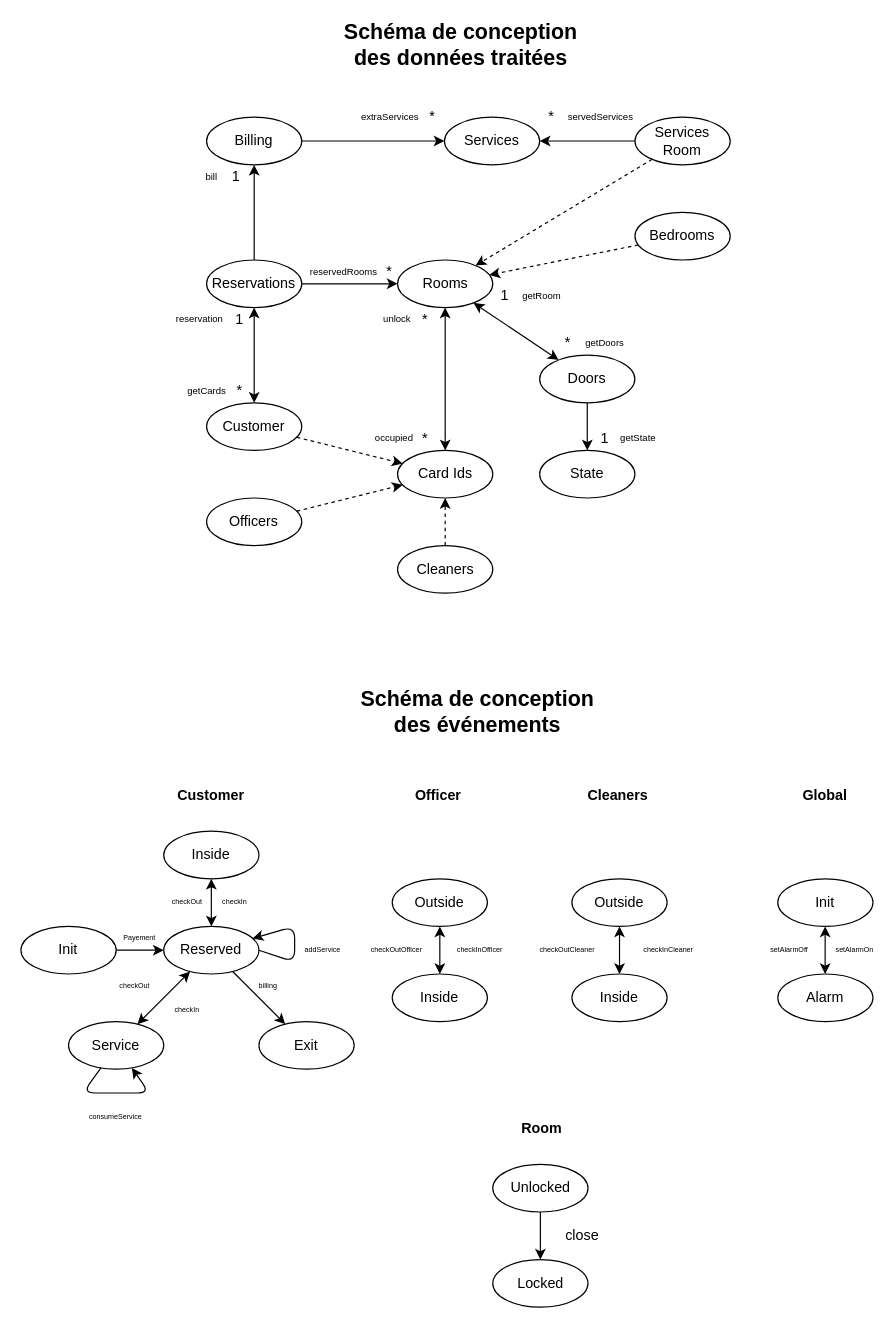
Earlier version of the draw.io diagram doc/specification.drawio (Reynault/MOSOS-Subject-3). Source tidied: cells renumbered, new cells numbered last; positions are measured from the earlier drawing's top-left corner, leaving out a move shared by most shapes. Both pictures are drawn from the tidied source at 119%, with x=0, y=0 at pixel (20, 33).
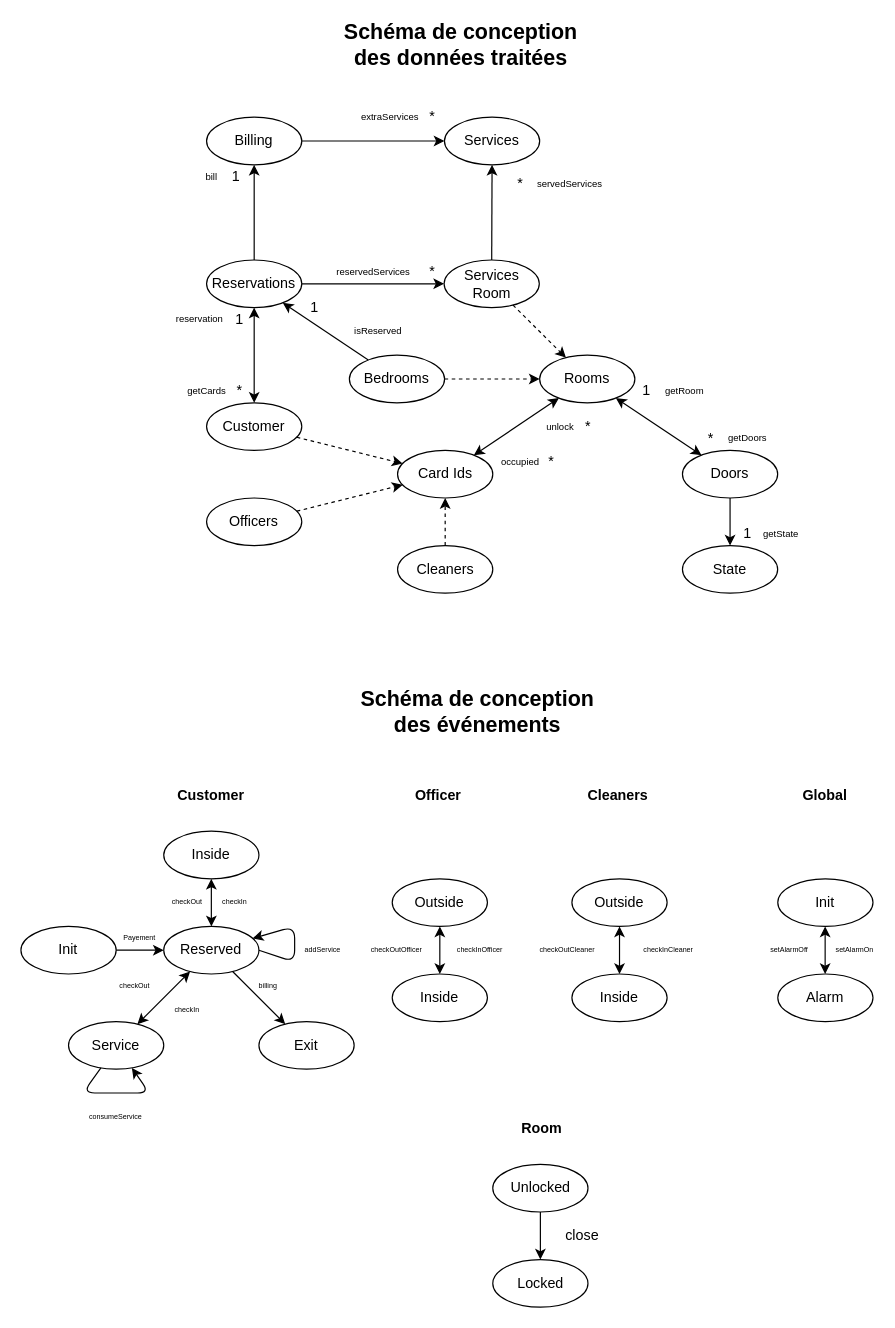
Above is the later version.

Unchanged cells that the change refers to:
```xml
<mxCell id="54" value="Reservations" style="ellipse;whiteSpace=wrap;html=1;" parent="1" vertex="1">
  <mxGeometry x="156.1" y="190" width="80" height="40" as="geometry" />
</mxCell>
```

Change to the diagram source:
```diff
@@
     <mxCell id="42" value="&lt;span style=&quot;text-align: left&quot;&gt;Services Room&lt;/span&gt;" style="ellipse;whiteSpace=wrap;html=1;" parent="1" vertex="1">
-      <mxGeometry x="516.1" y="70" width="80" height="40" as="geometry" />
+      <mxGeometry x="355.7" y="190" width="80" height="40" as="geometry" />
     </mxCell>
@@
     <mxCell id="47" value="&lt;span style=&quot;text-align: left&quot;&gt;Bedrooms&lt;/span&gt;" style="ellipse;whiteSpace=wrap;html=1;" parent="1" vertex="1">
-      <mxGeometry x="516.1" y="150" width="80" height="40" as="geometry" />
+      <mxGeometry x="276.1" y="270" width="80" height="40" as="geometry" />
     </mxCell>
     <mxCell id="48" value="&lt;span style=&quot;text-align: left&quot;&gt;Rooms&lt;/span&gt;" style="ellipse;whiteSpace=wrap;html=1;" parent="1" vertex="1">
-      <mxGeometry x="316.6" y="190" width="80" height="40" as="geometry" />
+      <mxGeometry x="436" y="270" width="80" height="40" as="geometry" />
     </mxCell>
@@
     <mxCell id="60" value="*" style="text;html=1;strokeColor=none;fillColor=none;align=center;verticalAlign=middle;whiteSpace=wrap;rounded=0;" parent="1" vertex="1">
-      <mxGeometry x="436" y="60" width="20" height="20" as="geometry" />
+      <mxGeometry x="410.1" y="116" width="20" height="20" as="geometry" />
     </mxCell>
@@
     <mxCell id="64" value="servedServices" style="text;html=1;align=center;verticalAlign=middle;fontSize=8;" parent="1" vertex="1">
-      <mxGeometry x="452" y="60" width="70" height="20" as="geometry" />
+      <mxGeometry x="426.1" y="116" width="70" height="20" as="geometry" />
     </mxCell>
@@
     <mxCell id="72" value="unlock" style="text;html=1;strokeColor=none;fillColor=none;align=center;verticalAlign=middle;whiteSpace=wrap;rounded=0;fontSize=8;" parent="1" vertex="1">
-      <mxGeometry x="298.7" y="230" width="34.9" height="20" as="geometry" />
+      <mxGeometry x="435.7" y="320" width="34.9" height="20" as="geometry" />
     </mxCell>
     <mxCell id="73" value="occupied" style="text;html=1;strokeColor=none;fillColor=none;align=center;verticalAlign=middle;whiteSpace=wrap;rounded=0;fontSize=8;" parent="1" vertex="1">
-      <mxGeometry x="296.1" y="330" width="35.9" height="20" as="geometry" />
+      <mxGeometry x="402" y="350" width="35.9" height="20" as="geometry" />
     </mxCell>
     <mxCell id="74" value="*" style="text;html=1;strokeColor=none;fillColor=none;align=center;verticalAlign=middle;whiteSpace=wrap;rounded=0;" parent="1" vertex="1">
-      <mxGeometry x="330.1" y="330" width="20" height="20" as="geometry" />
+      <mxGeometry x="436" y="350" width="20" height="20" as="geometry" />
     </mxCell>
     <mxCell id="75" value="getState" style="text;html=1;strokeColor=none;fillColor=none;align=center;verticalAlign=middle;whiteSpace=wrap;rounded=0;fontSize=8;" parent="1" vertex="1">
-      <mxGeometry x="494.1" y="330" width="50" height="20" as="geometry" />
+      <mxGeometry x="614.1" y="410" width="50" height="20" as="geometry" />
     </mxCell>
@@
     <mxCell id="77" value="&lt;span style=&quot;text-align: left&quot;&gt;State&lt;/span&gt;" style="ellipse;whiteSpace=wrap;html=1;" parent="1" vertex="1">
-      <mxGeometry x="436" y="350" width="80" height="40" as="geometry" />
+      <mxGeometry x="556" y="430" width="80" height="40" as="geometry" />
     </mxCell>
     <mxCell id="78" value="1" style="text;html=1;strokeColor=none;fillColor=none;align=center;verticalAlign=middle;whiteSpace=wrap;rounded=0;" parent="1" vertex="1">
-      <mxGeometry x="481.1" y="330" width="20" height="20" as="geometry" />
+      <mxGeometry x="601.1" y="410" width="20" height="20" as="geometry" />
     </mxCell>
@@
     <mxCell id="84" value="&lt;span style=&quot;text-align: left&quot;&gt;Doors&lt;/span&gt;" style="ellipse;whiteSpace=wrap;html=1;" parent="1" vertex="1">
-      <mxGeometry x="436" y="270" width="80" height="40" as="geometry" />
+      <mxGeometry x="556" y="350" width="80" height="40" as="geometry" />
     </mxCell>
@@
     <mxCell id="86" value="*" style="text;html=1;strokeColor=none;fillColor=none;align=center;verticalAlign=middle;whiteSpace=wrap;rounded=0;" parent="1" vertex="1">
-      <mxGeometry x="449.6" y="250" width="20" height="20" as="geometry" />
+      <mxGeometry x="569.6" y="330" width="20" height="20" as="geometry" />
     </mxCell>
     <mxCell id="87" value="1" style="text;html=1;strokeColor=none;fillColor=none;align=center;verticalAlign=middle;whiteSpace=wrap;rounded=0;" parent="1" vertex="1">
-      <mxGeometry x="396.6" y="210" width="20" height="20" as="geometry" />
+      <mxGeometry x="516" y="290" width="20" height="20" as="geometry" />
     </mxCell>
     <mxCell id="88" value="getDoors" style="text;html=1;strokeColor=none;fillColor=none;align=center;verticalAlign=middle;whiteSpace=wrap;rounded=0;fontSize=8;" parent="1" vertex="1">
-      <mxGeometry x="466.1" y="250" width="49.9" height="20" as="geometry" />
+      <mxGeometry x="586.1" y="330" width="49.9" height="20" as="geometry" />
     </mxCell>
     <mxCell id="89" value="getRoom" style="text;html=1;strokeColor=none;fillColor=none;align=center;verticalAlign=middle;whiteSpace=wrap;rounded=0;fontSize=8;" parent="1" vertex="1">
-      <mxGeometry x="413.3" y="210" width="49.9" height="20" as="geometry" />
+      <mxGeometry x="532.6" y="290" width="49.9" height="20" as="geometry" />
     </mxCell>
     <mxCell id="90" value="*" style="text;html=1;strokeColor=none;fillColor=none;align=center;verticalAlign=middle;whiteSpace=wrap;rounded=0;" parent="1" vertex="1">
-      <mxGeometry x="330.1" y="230" width="20" height="20" as="geometry" />
+      <mxGeometry x="467.1" y="320" width="20" height="20" as="geometry" />
     </mxCell>
-    <mxCell id="91" style="endArrow=classic;html=1;" parent="1" edge="1" source="54" target="48">
-      <mxGeometry relative="1" as="geometry" />
-    </mxCell>
-    <mxCell id="92" value="reservedRooms" style="text;html=1;align=center;verticalAlign=middle;fontSize=8;" parent="1" vertex="1">
-      <mxGeometry x="236.1" y="190" width="70" height="20" as="geometry" />
-    </mxCell>
+    <mxCell id="94" style="rounded=0;jettySize=auto;html=1;" parent="1" edge="1" source="54" target="42">
+      <mxGeometry relative="1" as="geometry" />
+    </mxCell>
+    <mxCell id="95" value="reservedServices" style="text;html=1;align=center;verticalAlign=middle;fontSize=8;" parent="1" vertex="1">
+      <mxGeometry x="256.1" y="190" width="80" height="20" as="geometry" />
+    </mxCell>
     <mxCell id="93" value="*" style="text;html=1;strokeColor=none;fillColor=none;align=center;verticalAlign=middle;whiteSpace=wrap;rounded=0;" parent="1" vertex="1">
-      <mxGeometry x="300.1" y="190" width="20" height="20" as="geometry" />
+      <mxGeometry x="335.7" y="190" width="20" height="20" as="geometry" />
     </mxCell>
+    <mxCell id="96" style="rounded=0;jettySize=auto;html=1;" parent="1" edge="1" source="47" target="54">
+      <mxGeometry relative="1" as="geometry" />
+    </mxCell>
+    <mxCell id="97" value="1" style="text;html=1;strokeColor=none;fillColor=none;align=center;verticalAlign=middle;whiteSpace=wrap;rounded=0;" parent="1" vertex="1">
+      <mxGeometry x="236.1" y="220" width="21.9" height="20" as="geometry" />
+    </mxCell>
+    <mxCell id="98" value="isReserved" style="text;html=1;align=center;verticalAlign=middle;fontSize=8;" parent="1" vertex="1">
+      <mxGeometry x="270.1" y="240" width="60" height="20" as="geometry" />
+    </mxCell>
```
